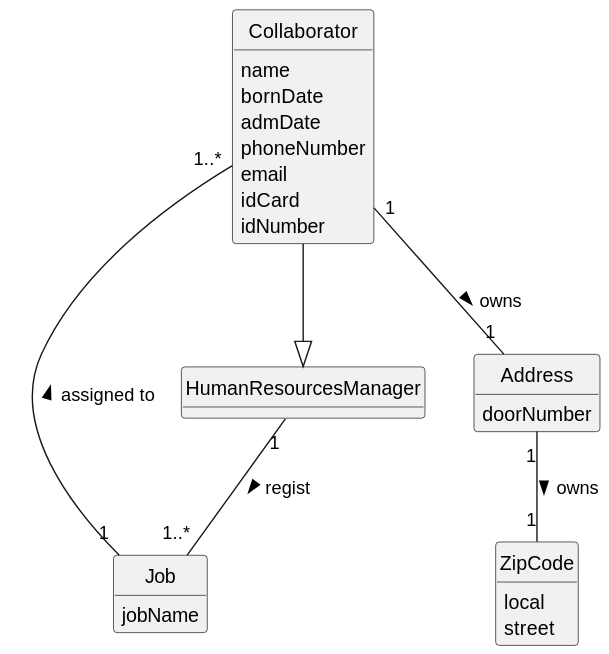
Earlier version of the PlantUML export docs/sprint2/us003/02.analysis/svg/us003-domain-model.svg (1231360-ISEP/lei-24-s2-1db-g021). The source it was exported from:
```plantuml
@startuml
skinparam monochrome true
skinparam packageStyle rectangle
skinparam shadowing false

skinparam classAttributeIconSize 0

hide circle
hide methods

class HumanResourcesManager {}

class Collaborator {
    name
    bornDate
    admDate
    phoneNumber
    email
    idCard
    idNumber
}

class Job {
    jobName
}

class Address {
    doorNumber
}

class ZipCode {
    local
    street
}


Collaborator --|> HumanResourcesManager
Collaborator "1..*" - "1" Job: assigned to <
HumanResourcesManager "1" -- "1..*" Job : regist >
Collaborator "1" -- "1" Address: owns >
Address "1" -- "1" ZipCode : owns >
@enduml
```
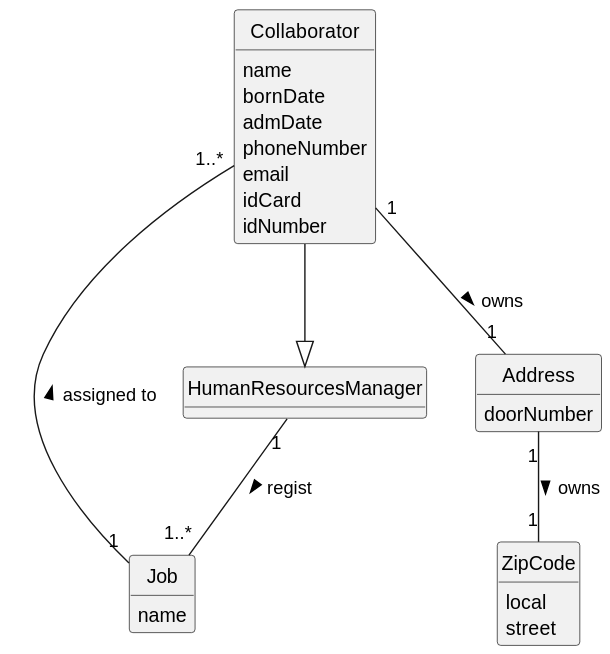
After the commit.

Change to the diagram source:
```diff
@@ -21,7 +21,7 @@
 }
 
 class Job {
-    jobName
+    name
 }
 
 class Address {
```
